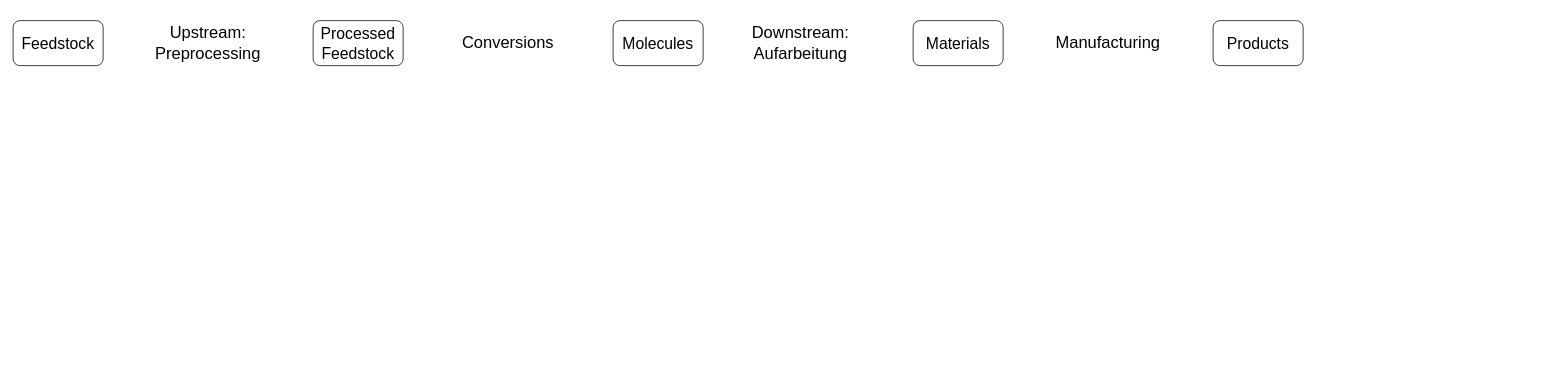
This is DT-ValueChain.drawio from kay-squared/PyTorchLearn, a draw.io file, before an edit. Source tidied: cells renumbered, new cells numbered last; positions are measured from the earlier drawing's top-left corner, leaving out a move shared by most shapes. Both pictures are drawn from the tidied source at 75%, with x=0, y=0 at pixel (13, 20).
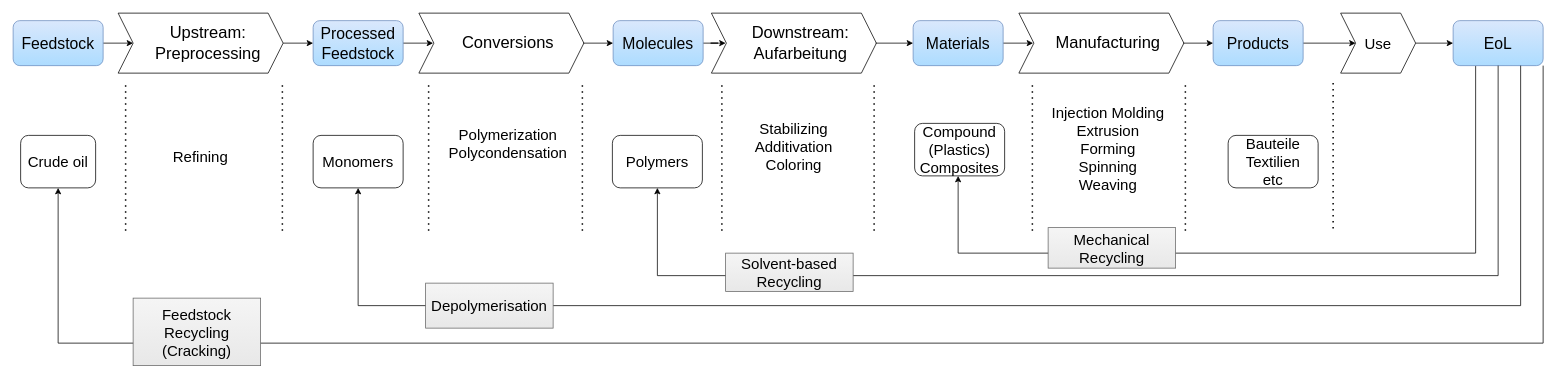
After the change.

Unchanged cells that the change refers to:
```xml
<mxCell id="7" value="Upstream: Preprocessing" style="text;html=1;align=center;verticalAlign=middle;whiteSpace=wrap;rounded=0;fontSize=22;fontFamily=Rubik light;" parent="1" vertex="1">
  <mxGeometry x="160" y="10" width="200" height="40" as="geometry" />
</mxCell>
<mxCell id="8" value="Conversions" style="text;html=1;align=center;verticalAlign=middle;whiteSpace=wrap;rounded=0;fontSize=22;fontFamily=Rubik light;" parent="1" vertex="1">
  <mxGeometry x="560" y="10" width="200" height="40" as="geometry" />
</mxCell>
<mxCell id="9" value="Downstream: Aufarbeitung" style="text;html=1;align=center;verticalAlign=middle;whiteSpace=wrap;rounded=0;fontSize=22;fontFamily=Rubik light;" parent="1" vertex="1">
  <mxGeometry x="950" y="10" width="200" height="40" as="geometry" />
</mxCell>
<mxCell id="10" value="Manufacturing" style="text;html=1;align=center;verticalAlign=middle;whiteSpace=wrap;rounded=0;fontSize=22;fontFamily=Rubik light;" parent="1" vertex="1">
  <mxGeometry x="1360" y="10" width="200" height="40" as="geometry" />
</mxCell>
```

What changed in the source:
```diff
@@
+    <mxCell id="11" style="edgeStyle=orthogonalEdgeStyle;rounded=0;jettySize=auto;html=1;" parent="1" edge="1" source="2" target="7">
+      <mxGeometry relative="1" as="geometry" />
+    </mxCell>
-    <mxCell id="2" value="Feedstock" style="rounded=1;whiteSpace=wrap;html=1;fontSize=21;fontFamily=Rubik light;" parent="1" vertex="1">
+    <mxCell id="2" value="Feedstock" style="rounded=1;whiteSpace=wrap;html=1;fontSize=21;fontFamily=Rubik light;fillColor=#DAE8FC;strokeColor=#6c8ebf;gradientColor=#ADDCFF;" parent="1" vertex="1">
       <mxGeometry width="120" height="60" as="geometry" />
     </mxCell>
+    <mxCell id="12" style="edgeStyle=orthogonalEdgeStyle;rounded=0;jettySize=auto;html=1;" parent="1" edge="1" source="3" target="8">
+      <mxGeometry relative="1" as="geometry" />
+    </mxCell>
-    <mxCell id="3" value="Processed Feedstock" style="rounded=1;whiteSpace=wrap;html=1;fontSize=21;fontFamily=Rubik light;" parent="1" vertex="1">
+    <mxCell id="3" value="Processed Feedstock" style="rounded=1;whiteSpace=wrap;html=1;fontSize=21;fontFamily=Rubik light;fillColor=#DAE8FC;strokeColor=#6c8ebf;gradientColor=#ADDCFF;" parent="1" vertex="1">
       <mxGeometry x="400" width="120" height="60" as="geometry" />
     </mxCell>
+    <mxCell id="13" style="edgeStyle=orthogonalEdgeStyle;rounded=0;jettySize=auto;html=1;" parent="1" edge="1" source="4" target="9">
+      <mxGeometry relative="1" as="geometry" />
+    </mxCell>
-    <mxCell id="4" value="Molecules" style="rounded=1;whiteSpace=wrap;html=1;fontSize=21;fontFamily=Rubik light;" parent="1" vertex="1">
+    <mxCell id="4" value="Molecules" style="rounded=1;whiteSpace=wrap;html=1;fontSize=21;fontFamily=Rubik light;fillColor=#DAE8FC;strokeColor=#6c8ebf;gradientColor=#ADDCFF;" parent="1" vertex="1">
       <mxGeometry x="800" width="120" height="60" as="geometry" />
     </mxCell>
+    <mxCell id="14" style="edgeStyle=orthogonalEdgeStyle;rounded=0;jettySize=auto;html=1;" parent="1" edge="1" source="5" target="10">
+      <mxGeometry relative="1" as="geometry" />
+    </mxCell>
-    <mxCell id="5" value="Materials" style="rounded=1;whiteSpace=wrap;html=1;fontSize=21;fontFamily=Rubik light;" parent="1" vertex="1">
+    <mxCell id="5" value="Materials" style="rounded=1;whiteSpace=wrap;html=1;fontSize=21;fontFamily=Rubik light;fillColor=#DAE8FC;strokeColor=#6c8ebf;gradientColor=#ADDCFF;" parent="1" vertex="1">
       <mxGeometry x="1200" width="120" height="60" as="geometry" />
     </mxCell>
+    <mxCell id="15" style="edgeStyle=orthogonalEdgeStyle;rounded=0;jettySize=auto;html=1;fontFamily=Rubik light;fontSize=20;fontColor=default;" parent="1" edge="1" source="6" target="44">
+      <mxGeometry relative="1" as="geometry" />
+    </mxCell>
-    <mxCell id="6" value="Products" style="rounded=1;whiteSpace=wrap;html=1;fontSize=21;fontFamily=Rubik light;" parent="1" vertex="1">
+    <mxCell id="6" value="Products" style="rounded=1;whiteSpace=wrap;html=1;fontSize=21;fontFamily=Rubik light;fillColor=#DAE8FC;strokeColor=#6c8ebf;gradientColor=#ADDCFF;" parent="1" vertex="1">
       <mxGeometry x="1600" width="120" height="60" as="geometry" />
     </mxCell>
+    <mxCell id="16" style="edgeStyle=orthogonalEdgeStyle;rounded=0;jettySize=auto;html=1;" parent="1" edge="1" source="7" target="3">
+      <mxGeometry relative="1" as="geometry" />
+    </mxCell>
@@
+    <mxCell id="17" style="edgeStyle=orthogonalEdgeStyle;rounded=0;jettySize=auto;html=1;" parent="1" edge="1" source="8" target="4">
+      <mxGeometry relative="1" as="geometry" />
+    </mxCell>
@@
+    <mxCell id="18" style="edgeStyle=orthogonalEdgeStyle;rounded=0;jettySize=auto;html=1;" parent="1" edge="1" source="9" target="5">
+      <mxGeometry relative="1" as="geometry" />
+    </mxCell>
@@
+    <mxCell id="19" style="edgeStyle=orthogonalEdgeStyle;rounded=0;jettySize=auto;html=1;" parent="1" edge="1" source="10" target="6">
+      <mxGeometry relative="1" as="geometry" />
+    </mxCell>
@@
+    <mxCell id="20" value="Crude oil" style="text;html=1;align=center;verticalAlign=middle;whiteSpace=wrap;rounded=1;fontFamily=Rubik light;fontSize=20;strokeColor=default;" parent="1" vertex="1">
+      <mxGeometry x="10" y="153" width="100" height="70" as="geometry" />
+    </mxCell>
+    <mxCell id="21" value="Monomers" style="text;html=1;align=center;verticalAlign=middle;whiteSpace=wrap;rounded=1;fontFamily=Rubik light;fontSize=20;fillColor=default;strokeColor=default;" parent="1" vertex="1">
+      <mxGeometry x="400" y="153" width="120" height="70" as="geometry" />
+    </mxCell>
+    <mxCell id="22" value="Refining" style="text;html=1;align=center;verticalAlign=middle;whiteSpace=wrap;rounded=0;fontSize=20;fontFamily=Rubik light;" parent="1" vertex="1">
+      <mxGeometry x="150" y="161" width="200" height="40" as="geometry" />
+    </mxCell>
+    <mxCell id="23" value="Polymers" style="text;html=1;align=center;verticalAlign=middle;whiteSpace=wrap;rounded=1;fontFamily=Rubik light;fontSize=20;strokeColor=default;" parent="1" vertex="1">
+      <mxGeometry x="799" y="153" width="120" height="70" as="geometry" />
+    </mxCell>
+    <mxCell id="24" value="Compound (Plastics)&lt;div&gt;Composites&lt;/div&gt;" style="text;html=1;align=center;verticalAlign=middle;whiteSpace=wrap;rounded=1;fontFamily=Rubik light;fontSize=20;strokeColor=default;" parent="1" vertex="1">
+      <mxGeometry x="1202" y="137" width="120" height="70" as="geometry" />
+    </mxCell>
+    <mxCell id="25" value="Bauteile&lt;div&gt;Textilien&lt;/div&gt;&lt;div&gt;etc&lt;/div&gt;" style="text;html=1;align=center;verticalAlign=middle;whiteSpace=wrap;rounded=1;fontFamily=Rubik light;fontSize=20;strokeColor=default;" parent="1" vertex="1">
+      <mxGeometry x="1620" y="153" width="120" height="70" as="geometry" />
+    </mxCell>
+    <mxCell id="26" style="shape=step;perimeter=stepPerimeter;whiteSpace=wrap;html=1;fixedSize=1;rounded=0;align=center;verticalAlign=middle;fontFamily=Rubik light;fontSize=20;fontColor=default;fillColor=none;gradientColor=none;" parent="1" vertex="1">
+      <mxGeometry x="140" y="-10" width="220" height="80" as="geometry" />
+    </mxCell>
+    <mxCell id="27" style="shape=step;perimeter=stepPerimeter;whiteSpace=wrap;html=1;fixedSize=1;rounded=0;align=center;verticalAlign=middle;fontFamily=Rubik light;fontSize=20;fontColor=default;fillColor=none;gradientColor=none;" parent="1" vertex="1">
+      <mxGeometry x="541" y="-10" width="220" height="80" as="geometry" />
+    </mxCell>
+    <mxCell id="28" style="shape=step;perimeter=stepPerimeter;whiteSpace=wrap;html=1;fixedSize=1;rounded=0;align=center;verticalAlign=middle;fontFamily=Rubik light;fontSize=20;fontColor=default;fillColor=none;gradientColor=none;" parent="1" vertex="1">
+      <mxGeometry x="931" y="-10" width="220" height="80" as="geometry" />
+    </mxCell>
+    <mxCell id="29" style="shape=step;perimeter=stepPerimeter;whiteSpace=wrap;html=1;fixedSize=1;rounded=0;align=center;verticalAlign=middle;fontFamily=Rubik light;fontSize=20;fontColor=default;fillColor=none;gradientColor=none;" parent="1" vertex="1">
+      <mxGeometry x="1341" y="-10" width="220" height="80" as="geometry" />
+    </mxCell>
+    <mxCell id="30" style="endArrow=none;dashed=1;html=1;dashPattern=1 3;strokeWidth=2;rounded=0;fontFamily=Rubik light;fontSize=20;fontColor=default;" parent="1" edge="1">
+      <mxGeometry relative="1" as="geometry">
+        <mxPoint x="150" y="280" as="sourcePoint" />
+        <mxPoint x="150" y="80" as="targetPoint" />
+      </mxGeometry>
+    </mxCell>
+    <mxCell id="31" style="endArrow=none;dashed=1;html=1;dashPattern=1 3;strokeWidth=2;rounded=0;fontFamily=Rubik light;fontSize=20;fontColor=default;" parent="1" edge="1">
+      <mxGeometry relative="1" as="geometry">
+        <mxPoint x="359" y="280" as="sourcePoint" />
+        <mxPoint x="359" y="80" as="targetPoint" />
+      </mxGeometry>
+    </mxCell>
+    <mxCell id="32" style="endArrow=none;dashed=1;html=1;dashPattern=1 3;strokeWidth=2;rounded=0;fontFamily=Rubik light;fontSize=20;fontColor=default;" parent="1" edge="1">
+      <mxGeometry relative="1" as="geometry">
+        <mxPoint x="554" y="280" as="sourcePoint" />
+        <mxPoint x="554" y="80" as="targetPoint" />
+      </mxGeometry>
+    </mxCell>
+    <mxCell id="33" style="endArrow=none;dashed=1;html=1;dashPattern=1 3;strokeWidth=2;rounded=0;fontFamily=Rubik light;fontSize=20;fontColor=default;" parent="1" edge="1">
+      <mxGeometry relative="1" as="geometry">
+        <mxPoint x="759" y="280" as="sourcePoint" />
+        <mxPoint x="759" y="80" as="targetPoint" />
+      </mxGeometry>
+    </mxCell>
+    <mxCell id="34" style="endArrow=none;dashed=1;html=1;dashPattern=1 3;strokeWidth=2;rounded=0;fontFamily=Rubik light;fontSize=20;fontColor=default;" parent="1" edge="1">
+      <mxGeometry relative="1" as="geometry">
+        <mxPoint x="945" y="280" as="sourcePoint" />
+        <mxPoint x="945" y="80" as="targetPoint" />
+      </mxGeometry>
+    </mxCell>
+    <mxCell id="35" style="endArrow=none;dashed=1;html=1;dashPattern=1 3;strokeWidth=2;rounded=0;fontFamily=Rubik light;fontSize=20;fontColor=default;" parent="1" edge="1">
+      <mxGeometry relative="1" as="geometry">
+        <mxPoint x="1148" y="280" as="sourcePoint" />
+        <mxPoint x="1148" y="80" as="targetPoint" />
+      </mxGeometry>
+    </mxCell>
+    <mxCell id="36" style="endArrow=none;dashed=1;html=1;dashPattern=1 3;strokeWidth=2;rounded=0;fontFamily=Rubik light;fontSize=20;fontColor=default;" parent="1" edge="1">
+      <mxGeometry relative="1" as="geometry">
+        <mxPoint x="1359" y="280" as="sourcePoint" />
+        <mxPoint x="1359" y="80" as="targetPoint" />
+      </mxGeometry>
+    </mxCell>
+    <mxCell id="37" style="endArrow=none;dashed=1;html=1;dashPattern=1 3;strokeWidth=2;rounded=0;fontFamily=Rubik light;fontSize=20;fontColor=default;" parent="1" edge="1">
+      <mxGeometry relative="1" as="geometry">
+        <mxPoint x="1563" y="280" as="sourcePoint" />
+        <mxPoint x="1563" y="80" as="targetPoint" />
+      </mxGeometry>
+    </mxCell>
+    <mxCell id="38" value="Polymerization&lt;div&gt;Polycondensation&lt;/div&gt;" style="text;html=1;align=center;verticalAlign=middle;whiteSpace=wrap;rounded=0;fontSize=20;fontFamily=Rubik light;" parent="1" vertex="1">
+      <mxGeometry x="560" y="143" width="200" height="40" as="geometry" />
+    </mxCell>
+    <mxCell id="39" value="Stabilizing&lt;div&gt;Additivation&lt;/div&gt;&lt;div&gt;Coloring&lt;/div&gt;" style="text;html=1;align=center;verticalAlign=middle;whiteSpace=wrap;rounded=0;fontSize=20;fontFamily=Rubik light;" parent="1" vertex="1">
+      <mxGeometry x="941" y="147" width="200" height="40" as="geometry" />
+    </mxCell>
+    <mxCell id="40" value="Injection Molding&lt;div&gt;Extrusion&lt;/div&gt;&lt;div&gt;Forming&lt;/div&gt;&lt;div&gt;Spinning&lt;/div&gt;&lt;div&gt;Weaving&lt;/div&gt;" style="text;html=1;align=center;verticalAlign=middle;whiteSpace=wrap;rounded=0;fontSize=20;fontFamily=Rubik light;" parent="1" vertex="1">
+      <mxGeometry x="1360" y="150" width="200" height="40" as="geometry" />
+    </mxCell>
+    <mxCell id="41" style="edgeStyle=orthogonalEdgeStyle;rounded=0;jettySize=auto;html=1;fontFamily=Rubik light;fontSize=20;fontColor=default;exitX=0.25;exitY=1;exitDx=0;exitDy=0;" parent="1" edge="1" source="42" target="24">
+      <mxGeometry relative="1" as="geometry">
+        <Array as="points">
+          <mxPoint x="1950" y="310" />
+          <mxPoint x="1260" y="310" />
+        </Array>
+      </mxGeometry>
+    </mxCell>
+    <mxCell id="42" value="EoL" style="rounded=1;whiteSpace=wrap;html=1;fontSize=21;fontFamily=Rubik light;fillColor=#DAE8FC;strokeColor=#6c8ebf;gradientColor=#ADDCFF;" parent="1" vertex="1">
+      <mxGeometry x="1920" width="120" height="60" as="geometry" />
+    </mxCell>
+    <mxCell id="43" style="edgeStyle=orthogonalEdgeStyle;rounded=0;jettySize=auto;html=1;fontFamily=Rubik light;fontSize=20;fontColor=default;" parent="1" edge="1" source="44" target="42">
+      <mxGeometry relative="1" as="geometry" />
+    </mxCell>
+    <mxCell id="44" value="Use" style="shape=step;perimeter=stepPerimeter;whiteSpace=wrap;html=1;fixedSize=1;rounded=0;align=center;verticalAlign=middle;fontFamily=Rubik light;fontSize=20;fontColor=default;fillColor=none;gradientColor=none;" parent="1" vertex="1">
+      <mxGeometry x="1770" y="-10" width="100" height="80" as="geometry" />
+    </mxCell>
+    <mxCell id="45" style="endArrow=none;dashed=1;html=1;dashPattern=1 3;strokeWidth=2;rounded=0;fontFamily=Rubik light;fontSize=20;fontColor=default;" parent="1" edge="1">
+      <mxGeometry relative="1" as="geometry">
+        <mxPoint x="1760" y="277" as="sourcePoint" />
+        <mxPoint x="1760" y="77" as="targetPoint" />
+      </mxGeometry>
+    </mxCell>
+    <mxCell id="46" style="edgeStyle=orthogonalEdgeStyle;rounded=0;jettySize=auto;html=1;fontFamily=Rubik light;fontSize=20;fontColor=default;exitX=0.5;exitY=1;exitDx=0;exitDy=0;entryX=0.5;entryY=1;entryDx=0;entryDy=0;" parent="1" edge="1" source="42" target="23">
+      <mxGeometry relative="1" as="geometry">
+        <Array as="points">
+          <mxPoint x="1980" y="340" />
+          <mxPoint x="859" y="340" />
+        </Array>
+      </mxGeometry>
+    </mxCell>
+    <mxCell id="47" style="edgeStyle=orthogonalEdgeStyle;rounded=0;jettySize=auto;html=1;fontFamily=Rubik light;fontSize=20;fontColor=default;exitX=0.75;exitY=1;exitDx=0;exitDy=0;entryX=0.5;entryY=1;entryDx=0;entryDy=0;" parent="1" edge="1" source="42" target="21">
+      <mxGeometry relative="1" as="geometry">
+        <Array as="points">
+          <mxPoint x="2010" y="380" />
+          <mxPoint x="460" y="380" />
+        </Array>
+      </mxGeometry>
+    </mxCell>
+    <mxCell id="48" style="edgeStyle=orthogonalEdgeStyle;rounded=0;jettySize=auto;html=1;fontFamily=Rubik light;fontSize=20;fontColor=default;exitX=1;exitY=1;exitDx=0;exitDy=0;entryX=0.5;entryY=1;entryDx=0;entryDy=0;" parent="1" edge="1" source="42" target="20">
+      <mxGeometry relative="1" as="geometry">
+        <Array as="points">
+          <mxPoint x="2040" y="430" />
+          <mxPoint x="60" y="430" />
+        </Array>
+      </mxGeometry>
+    </mxCell>
+    <mxCell id="49" value="Feedstock Recycling (Cracking)" style="text;html=1;align=center;verticalAlign=middle;whiteSpace=wrap;rounded=0;fontFamily=Rubik light;fontSize=20;fillColor=#f5f5f5;gradientColor=#E8E8E8;strokeColor=#666666;" parent="1" vertex="1">
+      <mxGeometry x="160" y="370" width="170" height="90" as="geometry" />
+    </mxCell>
+    <mxCell id="50" value="Depolymerisation" style="text;html=1;align=center;verticalAlign=middle;whiteSpace=wrap;rounded=0;fontFamily=Rubik light;fontSize=20;fillColor=#f5f5f5;gradientColor=#E8E8E8;strokeColor=#666666;" parent="1" vertex="1">
+      <mxGeometry x="550" y="350" width="170" height="60" as="geometry" />
+    </mxCell>
+    <mxCell id="51" value="Solvent-based Recycling" style="text;html=1;align=center;verticalAlign=middle;whiteSpace=wrap;rounded=0;fontFamily=Rubik light;fontSize=20;fillColor=#f5f5f5;gradientColor=#E8E8E8;strokeColor=#666666;" parent="1" vertex="1">
+      <mxGeometry x="950" y="310" width="170" height="51" as="geometry" />
+    </mxCell>
+    <mxCell id="52" value="Mechanical Recycling" style="text;html=1;align=center;verticalAlign=middle;whiteSpace=wrap;rounded=0;fontFamily=Rubik light;fontSize=20;fillColor=#f5f5f5;gradientColor=#E8E8E8;strokeColor=#666666;" parent="1" vertex="1">
+      <mxGeometry x="1380" y="276" width="170" height="54" as="geometry" />
+    </mxCell>
```
